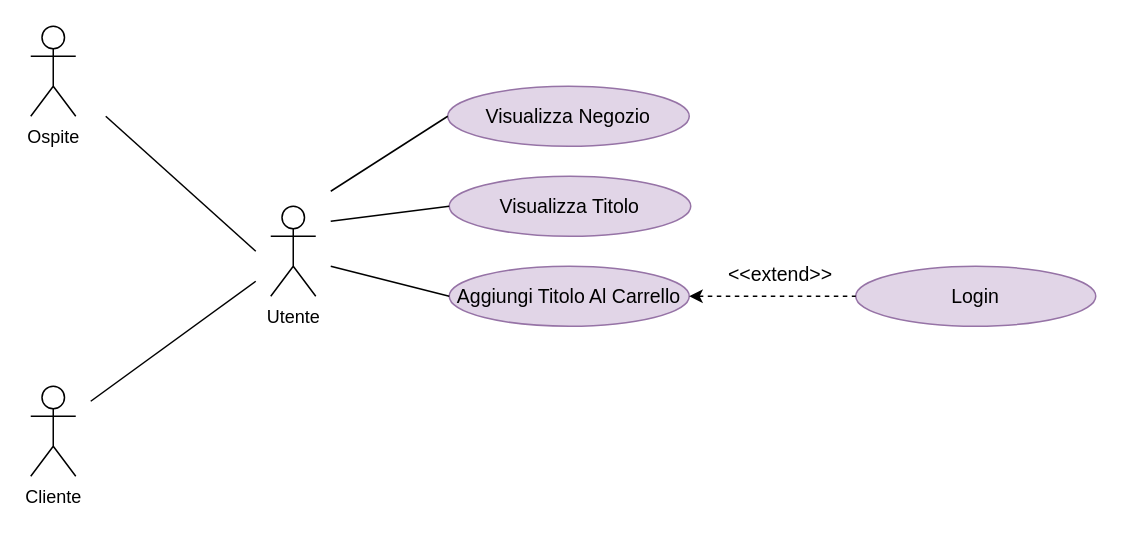
Earlier version of the draw.io diagram 2021-11-11/Schemi/Use Cases/Negozio.drawio (is-shodan-20-21/docs). Source tidied: cells renumbered, new cells numbered last; positions are measured from the earlier drawing's top-left corner, leaving out a move shared by most shapes. Both pictures are drawn from the tidied source at 150%, with x=0, y=0 at pixel (30, 26).
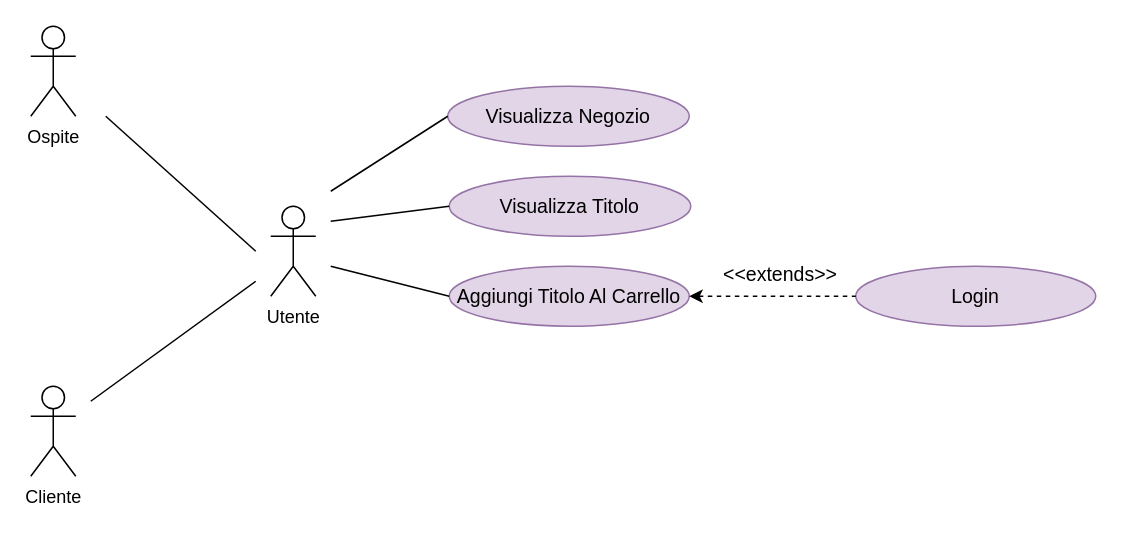
Above is the later version.

Diff of the diagram source:
```diff
@@
 <mxGraphModel>
   <root>
     <mxCell id="0" />
     <mxCell id="1" parent="0" />
     <mxCell id="2" value="Cliente" style="shape=umlActor;verticalLabelPosition=bottom;verticalAlign=top;html=1;" parent="1" vertex="1">
       <mxGeometry y="240" width="30" height="60" as="geometry" />
     </mxCell>
     <mxCell id="3" value="&lt;font style=&quot;font-size: 13px&quot;&gt;Visualizza Titolo&lt;/font&gt;" style="ellipse;whiteSpace=wrap;html=1;fillColor=#e1d5e7;strokeColor=#9673a6;" parent="1" vertex="1">
       <mxGeometry x="279" y="100" width="161" height="40" as="geometry" />
     </mxCell>
     <mxCell id="4" value="&lt;font style=&quot;font-size: 13px&quot;&gt;Aggiungi Titolo Al Carrello&lt;/font&gt;" style="ellipse;whiteSpace=wrap;html=1;fillColor=#e1d5e7;strokeColor=#9673a6;" parent="1" vertex="1">
       <mxGeometry x="279" y="160" width="160" height="40" as="geometry" />
     </mxCell>
     <mxCell id="5" value="&lt;span style=&quot;font-size: 13px&quot;&gt;Login&lt;/span&gt;" style="ellipse;whiteSpace=wrap;html=1;fillColor=#e1d5e7;strokeColor=#9673a6;" parent="1" vertex="1">
       <mxGeometry x="550" y="160" width="160" height="40" as="geometry" />
     </mxCell>
     <mxCell id="6" value="Ospite" style="shape=umlActor;verticalLabelPosition=bottom;verticalAlign=top;html=1;" parent="1" vertex="1">
       <mxGeometry width="30" height="60" as="geometry" />
     </mxCell>
     <mxCell id="7" value="Utente" style="shape=umlActor;verticalLabelPosition=bottom;verticalAlign=top;html=1;" parent="1" vertex="1">
       <mxGeometry x="160" y="120" width="30" height="60" as="geometry" />
     </mxCell>
     <mxCell id="8" style="endArrow=none;html=1;rounded=0;fontSize=13;" parent="1" edge="1">
       <mxGeometry relative="1" as="geometry">
         <mxPoint x="40" y="250" as="sourcePoint" />
         <mxPoint x="150" y="170" as="targetPoint" />
       </mxGeometry>
     </mxCell>
     <mxCell id="9" style="endArrow=none;html=1;rounded=0;fontSize=13;entryX=0;entryY=0.5;entryDx=0;entryDy=0;" parent="1" edge="1" target="3">
       <mxGeometry relative="1" as="geometry">
         <mxPoint x="200" y="130" as="sourcePoint" />
       </mxGeometry>
     </mxCell>
     <mxCell id="10" style="endArrow=none;html=1;rounded=0;fontSize=13;entryX=0;entryY=0.5;entryDx=0;entryDy=0;" parent="1" edge="1" target="4">
       <mxGeometry relative="1" as="geometry">
         <mxPoint x="200" y="160" as="sourcePoint" />
       </mxGeometry>
     </mxCell>
     <mxCell id="11" style="endArrow=none;dashed=1;html=1;rounded=0;fontSize=13;startArrow=classic;startFill=1;exitX=1;exitY=0.5;exitDx=0;exitDy=0;entryX=0;entryY=0.5;entryDx=0;entryDy=0;" parent="1" edge="1" source="4" target="5">
       <mxGeometry relative="1" as="geometry" />
     </mxCell>
-    <mxCell id="12" value="&amp;lt;&amp;lt;extend&amp;gt;&amp;gt;" style="text;html=1;strokeColor=none;fillColor=none;align=center;verticalAlign=middle;whiteSpace=wrap;rounded=0;fontSize=13;" parent="1" vertex="1">
+    <mxCell id="12" value="&amp;lt;&amp;lt;extends&amp;gt;&amp;gt;" style="text;html=1;strokeColor=none;fillColor=none;align=center;verticalAlign=middle;whiteSpace=wrap;rounded=0;fontSize=13;" parent="1" vertex="1">
       <mxGeometry x="460" y="150" width="80" height="30" as="geometry" />
     </mxCell>
     <mxCell id="13" style="endArrow=none;html=1;rounded=0;fontSize=13;" parent="1" edge="1">
       <mxGeometry relative="1" as="geometry">
         <mxPoint x="50" y="60" as="sourcePoint" />
         <mxPoint x="150" y="150" as="targetPoint" />
       </mxGeometry>
     </mxCell>
     <mxCell id="14" value="&lt;font style=&quot;font-size: 13px&quot;&gt;Visualizza Negozio&lt;/font&gt;" style="ellipse;whiteSpace=wrap;html=1;fillColor=#e1d5e7;strokeColor=#9673a6;" parent="1" vertex="1">
       <mxGeometry x="278" y="40" width="161" height="40" as="geometry" />
     </mxCell>
     <mxCell id="15" style="endArrow=none;html=1;rounded=0;entryX=0;entryY=0.5;entryDx=0;entryDy=0;" parent="1" edge="1" target="14">
       <mxGeometry relative="1" as="geometry">
         <mxPoint x="200" y="110" as="sourcePoint" />
       </mxGeometry>
     </mxCell>
   </root>
 </mxGraphModel>
```
